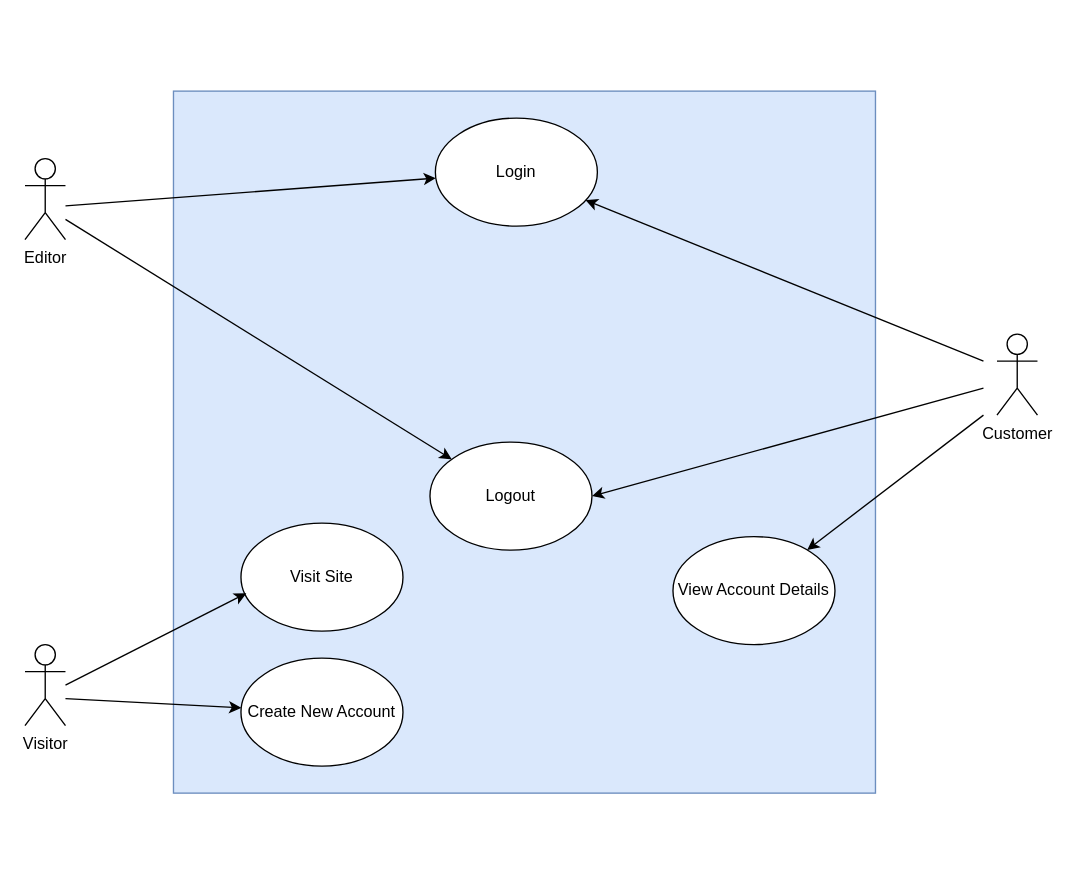
The draw.io diagram Use Case/Use Case.drawio in SewYongQi/Intern, before the edit. Source tidied: cells renumbered, new cells numbered last; positions are measured from the earlier drawing's top-left corner, leaving out a move shared by most shapes. Both pictures are drawn from the tidied source at 135%, with x=0, y=0 at pixel (24, 90).
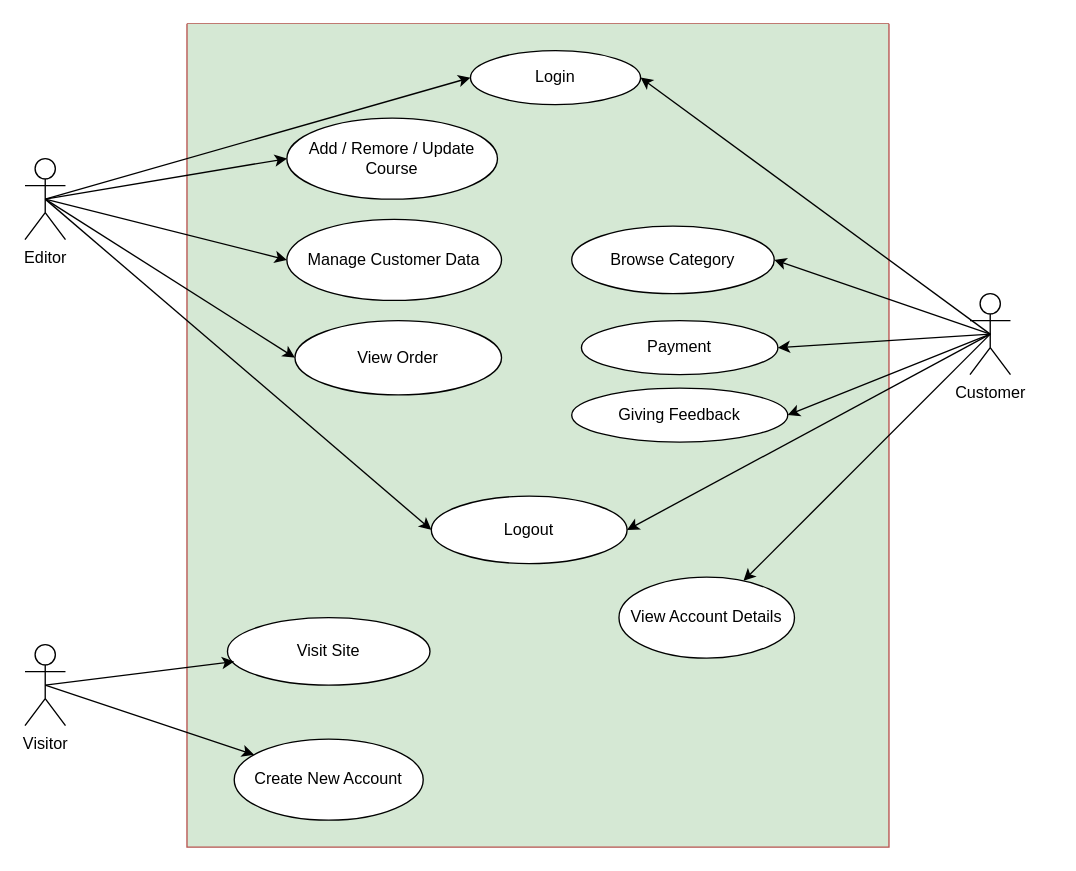
The same page after the edit.

The change refers to these unchanged cells:
```xml
<mxCell id="2" value="Editor" style="shape=umlActor;verticalLabelPosition=bottom;verticalAlign=top;html=1;outlineConnect=0;" parent="1" vertex="1">
  <mxGeometry y="50" width="30" height="60" as="geometry" />
</mxCell>
<mxCell id="3" value="Visitor" style="shape=umlActor;verticalLabelPosition=bottom;verticalAlign=top;html=1;outlineConnect=0;" parent="1" vertex="1">
  <mxGeometry y="410" width="30" height="60" as="geometry" />
</mxCell>
```

Change to the diagram source:
```diff
@@
+    <mxCell id="18" style="swimlane;startSize=0;fillColor=#f8cecc;strokeColor=#b85450;swimlaneFillColor=#D5E8D4;gradientDirection=south;gradientColor=none;rounded=0;shadow=0;sketch=0;glass=0;labelBackgroundColor=none;" parent="1" vertex="1">
+      <mxGeometry x="120" y="-50" width="520" height="610" as="geometry" />
+    </mxCell>
+    <mxCell id="10" value="Create New Account" style="ellipse;whiteSpace=wrap;html=1;" parent="18" vertex="1">
+      <mxGeometry x="35" y="530" width="140" height="60" as="geometry" />
+    </mxCell>
+    <mxCell id="9" value="Visit Site" style="ellipse;whiteSpace=wrap;html=1;" parent="18" vertex="1">
+      <mxGeometry x="30" y="440" width="150" height="50" as="geometry" />
+    </mxCell>
+    <mxCell id="7" value="Logout" style="ellipse;whiteSpace=wrap;html=1;" parent="18" vertex="1">
+      <mxGeometry x="181" y="350" width="145" height="50" as="geometry" />
+    </mxCell>
+    <mxCell id="8" value="View Account Details" style="ellipse;whiteSpace=wrap;html=1;" parent="18" vertex="1">
+      <mxGeometry x="320" y="410" width="130" height="60" as="geometry" />
+    </mxCell>
+    <mxCell id="19" value="Giving Feedback" style="ellipse;whiteSpace=wrap;html=1;" parent="18" vertex="1">
+      <mxGeometry x="285" y="270" width="160" height="40" as="geometry" />
+    </mxCell>
+    <mxCell id="20" value="Payment" style="ellipse;whiteSpace=wrap;html=1;" parent="18" vertex="1">
+      <mxGeometry x="292.2" y="220" width="145.5" height="40" as="geometry" />
+    </mxCell>
+    <mxCell id="21" value="Browse Category" style="ellipse;whiteSpace=wrap;html=1;" parent="18" vertex="1">
+      <mxGeometry x="285" y="150" width="150" height="50" as="geometry" />
+    </mxCell>
+    <mxCell id="6" value="Login" style="ellipse;whiteSpace=wrap;html=1;" parent="18" vertex="1">
+      <mxGeometry x="210" y="20" width="126" height="40" as="geometry" />
+    </mxCell>
+    <mxCell id="22" value="Add / Remore / Update Course" style="ellipse;whiteSpace=wrap;html=1;" parent="18" vertex="1">
+      <mxGeometry x="74" y="70" width="156" height="60" as="geometry" />
+    </mxCell>
+    <mxCell id="23" value="Manage Customer Data" style="ellipse;whiteSpace=wrap;html=1;rounded=0;shadow=0;glass=0;labelBackgroundColor=none;sketch=0;gradientColor=none;gradientDirection=south;" parent="18" vertex="1">
+      <mxGeometry x="74" y="145" width="159" height="60" as="geometry" />
+    </mxCell>
+    <mxCell id="24" value="View Order" style="ellipse;whiteSpace=wrap;html=1;rounded=0;shadow=0;glass=0;labelBackgroundColor=none;sketch=0;gradientColor=none;gradientDirection=south;" parent="18" vertex="1">
+      <mxGeometry x="80" y="220" width="153" height="55" as="geometry" />
+    </mxCell>
@@
     <mxCell id="4" value="Customer" style="shape=umlActor;verticalLabelPosition=bottom;verticalAlign=top;html=1;outlineConnect=0;" parent="1" vertex="1">
-      <mxGeometry x="720" y="180" width="30" height="60" as="geometry" />
+      <mxGeometry x="700" y="150" width="30" height="60" as="geometry" />
     </mxCell>
-    <mxCell id="5" style="whiteSpace=wrap;html=1;fillColor=#dae8fc;strokeColor=#6c8ebf;" parent="1" vertex="1">
-      <mxGeometry x="110" width="520" height="520" as="geometry" />
-    </mxCell>
-    <mxCell id="6" value="Login" style="ellipse;whiteSpace=wrap;html=1;" parent="1" vertex="1">
-      <mxGeometry x="304" y="20" width="120" height="80" as="geometry" />
-    </mxCell>
-    <mxCell id="7" value="Logout" style="ellipse;whiteSpace=wrap;html=1;" parent="1" vertex="1">
-      <mxGeometry x="300" y="260" width="120" height="80" as="geometry" />
-    </mxCell>
-    <mxCell id="8" value="View Account Details" style="ellipse;whiteSpace=wrap;html=1;" parent="1" vertex="1">
-      <mxGeometry x="480" y="330" width="120" height="80" as="geometry" />
-    </mxCell>
-    <mxCell id="9" value="Visit Site" style="ellipse;whiteSpace=wrap;html=1;" parent="1" vertex="1">
-      <mxGeometry x="160" y="320" width="120" height="80" as="geometry" />
-    </mxCell>
-    <mxCell id="10" value="Create New Account" style="ellipse;whiteSpace=wrap;html=1;" parent="1" vertex="1">
-      <mxGeometry x="160" y="420" width="120" height="80" as="geometry" />
-    </mxCell>
-    <mxCell id="11" style="endArrow=classic;html=1;rounded=0;" parent="1" edge="1" target="6">
-      <mxGeometry relative="1" as="geometry">
-        <mxPoint x="30" y="85" as="sourcePoint" />
-      </mxGeometry>
+    <mxCell id="11" style="endArrow=classic;html=1;rounded=0;entryX=0;entryY=0.5;entryDx=0;entryDy=0;exitX=0.5;exitY=0.5;exitDx=0;exitDy=0;exitPerimeter=0;" parent="1" edge="1" source="2" target="6">
+      <mxGeometry relative="1" as="geometry" />
     </mxCell>
-    <mxCell id="12" style="endArrow=classic;html=1;rounded=0;" parent="1" edge="1" target="6">
-      <mxGeometry relative="1" as="geometry">
-        <mxPoint x="710" y="200" as="sourcePoint" />
-      </mxGeometry>
+    <mxCell id="12" style="endArrow=classic;html=1;rounded=0;entryX=1;entryY=0.5;entryDx=0;entryDy=0;exitX=0.5;exitY=0.5;exitDx=0;exitDy=0;exitPerimeter=0;" parent="1" edge="1" source="4" target="6">
+      <mxGeometry relative="1" as="geometry" />
     </mxCell>
-    <mxCell id="13" style="endArrow=classic;html=1;rounded=0;entryX=1;entryY=0.5;entryDx=0;entryDy=0;" parent="1" edge="1" target="7">
-      <mxGeometry relative="1" as="geometry">
-        <mxPoint x="710" y="220" as="sourcePoint" />
-      </mxGeometry>
+    <mxCell id="13" style="endArrow=classic;html=1;rounded=0;entryX=1;entryY=0.5;entryDx=0;entryDy=0;exitX=0.5;exitY=0.5;exitDx=0;exitDy=0;exitPerimeter=0;" parent="1" edge="1" source="4" target="7">
+      <mxGeometry relative="1" as="geometry" />
     </mxCell>
-    <mxCell id="14" style="endArrow=classic;html=1;rounded=0;" parent="1" edge="1" target="7">
-      <mxGeometry relative="1" as="geometry">
-        <mxPoint x="30" y="95" as="sourcePoint" />
-      </mxGeometry>
+    <mxCell id="14" style="endArrow=classic;html=1;rounded=0;entryX=0;entryY=0.5;entryDx=0;entryDy=0;exitX=0.5;exitY=0.5;exitDx=0;exitDy=0;exitPerimeter=0;" parent="1" edge="1" source="2" target="7">
+      <mxGeometry relative="1" as="geometry" />
     </mxCell>
-    <mxCell id="15" style="endArrow=classic;html=1;rounded=0;" parent="1" edge="1" target="8">
-      <mxGeometry relative="1" as="geometry">
-        <mxPoint x="710" y="240" as="sourcePoint" />
-      </mxGeometry>
+    <mxCell id="15" style="endArrow=classic;html=1;rounded=0;exitX=0.5;exitY=0.5;exitDx=0;exitDy=0;exitPerimeter=0;" parent="1" edge="1" source="4" target="8">
+      <mxGeometry relative="1" as="geometry" />
     </mxCell>
-    <mxCell id="16" style="endArrow=classic;html=1;rounded=0;entryX=0.033;entryY=0.65;entryDx=0;entryDy=0;entryPerimeter=0;" parent="1" edge="1" target="9">
-      <mxGeometry relative="1" as="geometry">
-        <mxPoint x="30" y="440" as="sourcePoint" />
-      </mxGeometry>
+    <mxCell id="16" style="endArrow=classic;html=1;rounded=0;entryX=0.033;entryY=0.65;entryDx=0;entryDy=0;entryPerimeter=0;exitX=0.5;exitY=0.5;exitDx=0;exitDy=0;exitPerimeter=0;" parent="1" edge="1" source="3" target="9">
+      <mxGeometry relative="1" as="geometry" />
     </mxCell>
-    <mxCell id="17" style="endArrow=classic;html=1;rounded=0;" parent="1" edge="1" target="10">
-      <mxGeometry relative="1" as="geometry">
-        <mxPoint x="30" y="450" as="sourcePoint" />
-      </mxGeometry>
+    <mxCell id="17" style="endArrow=classic;html=1;rounded=0;exitX=0.5;exitY=0.5;exitDx=0;exitDy=0;exitPerimeter=0;" parent="1" edge="1" source="3" target="10">
+      <mxGeometry relative="1" as="geometry" />
     </mxCell>
+    <mxCell id="25" style="endArrow=classic;html=1;rounded=0;entryX=1;entryY=0.5;entryDx=0;entryDy=0;exitX=0.5;exitY=0.5;exitDx=0;exitDy=0;exitPerimeter=0;" parent="1" edge="1" source="4" target="21">
+      <mxGeometry relative="1" as="geometry" />
+    </mxCell>
+    <mxCell id="26" style="endArrow=classic;html=1;rounded=0;entryX=1;entryY=0.5;entryDx=0;entryDy=0;exitX=0.5;exitY=0.5;exitDx=0;exitDy=0;exitPerimeter=0;" parent="1" edge="1" source="4" target="20">
+      <mxGeometry relative="1" as="geometry" />
+    </mxCell>
+    <mxCell id="27" style="endArrow=classic;html=1;rounded=0;entryX=1;entryY=0.5;entryDx=0;entryDy=0;exitX=0.5;exitY=0.5;exitDx=0;exitDy=0;exitPerimeter=0;" parent="1" edge="1" source="4" target="19">
+      <mxGeometry relative="1" as="geometry" />
+    </mxCell>
+    <mxCell id="28" style="endArrow=classic;html=1;rounded=0;entryX=0;entryY=0.5;entryDx=0;entryDy=0;exitX=0.5;exitY=0.5;exitDx=0;exitDy=0;exitPerimeter=0;" parent="1" edge="1" source="2" target="22">
+      <mxGeometry relative="1" as="geometry" />
+    </mxCell>
+    <mxCell id="29" style="endArrow=classic;html=1;rounded=0;entryX=0;entryY=0.5;entryDx=0;entryDy=0;exitX=0.5;exitY=0.5;exitDx=0;exitDy=0;exitPerimeter=0;" parent="1" edge="1" source="2" target="23">
+      <mxGeometry relative="1" as="geometry" />
+    </mxCell>
+    <mxCell id="30" style="endArrow=classic;html=1;rounded=0;entryX=0;entryY=0.5;entryDx=0;entryDy=0;exitX=0.5;exitY=0.5;exitDx=0;exitDy=0;exitPerimeter=0;" parent="1" edge="1" source="2" target="24">
+      <mxGeometry relative="1" as="geometry" />
+    </mxCell>
```
